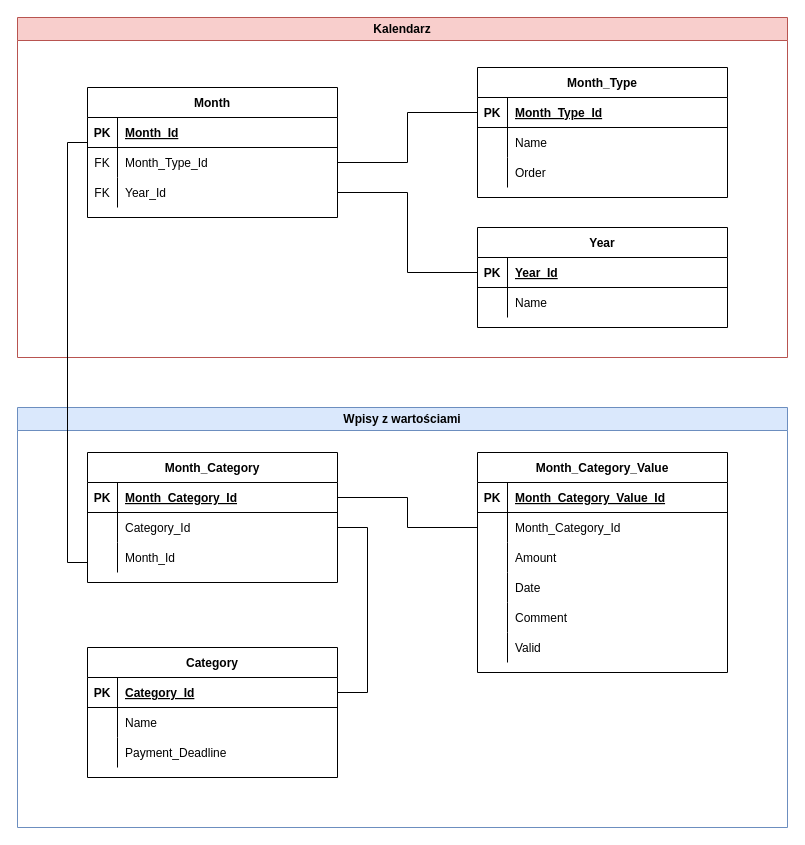
The draw.io diagram my_finances/my_finances_db_schema.drawio in lacoste125/draws_io, before the edit. Source tidied: cells renumbered, new cells numbered last; positions are measured from the earlier drawing's top-left corner, leaving out a move shared by most shapes. Both pictures are drawn from the tidied source at 100%, with x=0, y=0 at pixel (17, 17).
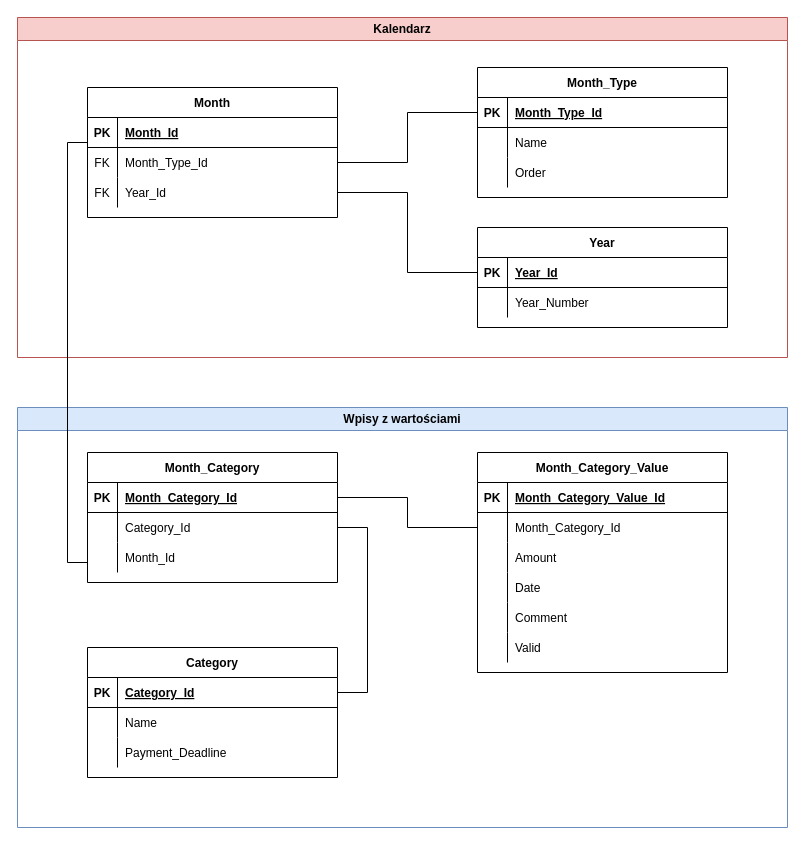
The same page after the edit.

Commit message:
MYSZ-26: year name renamed to year number

Unchanged cells that the change refers to:
```xml
<mxCell id="17" style="shape=partialRectangle;fillColor=none;top=0;left=0;right=0;bottom=0;" parent="13" vertex="1">
  <mxGeometry y="60" width="250" height="30" as="geometry" />
</mxCell>
```

Change to the diagram source:
```diff
@@
-    <mxCell id="19" value="Name" style="shape=partialRectangle;overflow=hidden;fillColor=none;top=0;left=0;bottom=0;right=0;align=left;spacingLeft=6;" parent="17" vertex="1">
+    <mxCell id="19" value="Year_Number" style="shape=partialRectangle;overflow=hidden;fillColor=none;top=0;left=0;bottom=0;right=0;align=left;spacingLeft=6;" parent="17" vertex="1">
       <mxGeometry x="30" width="220" height="30" as="geometry" />
     </mxCell>
```
